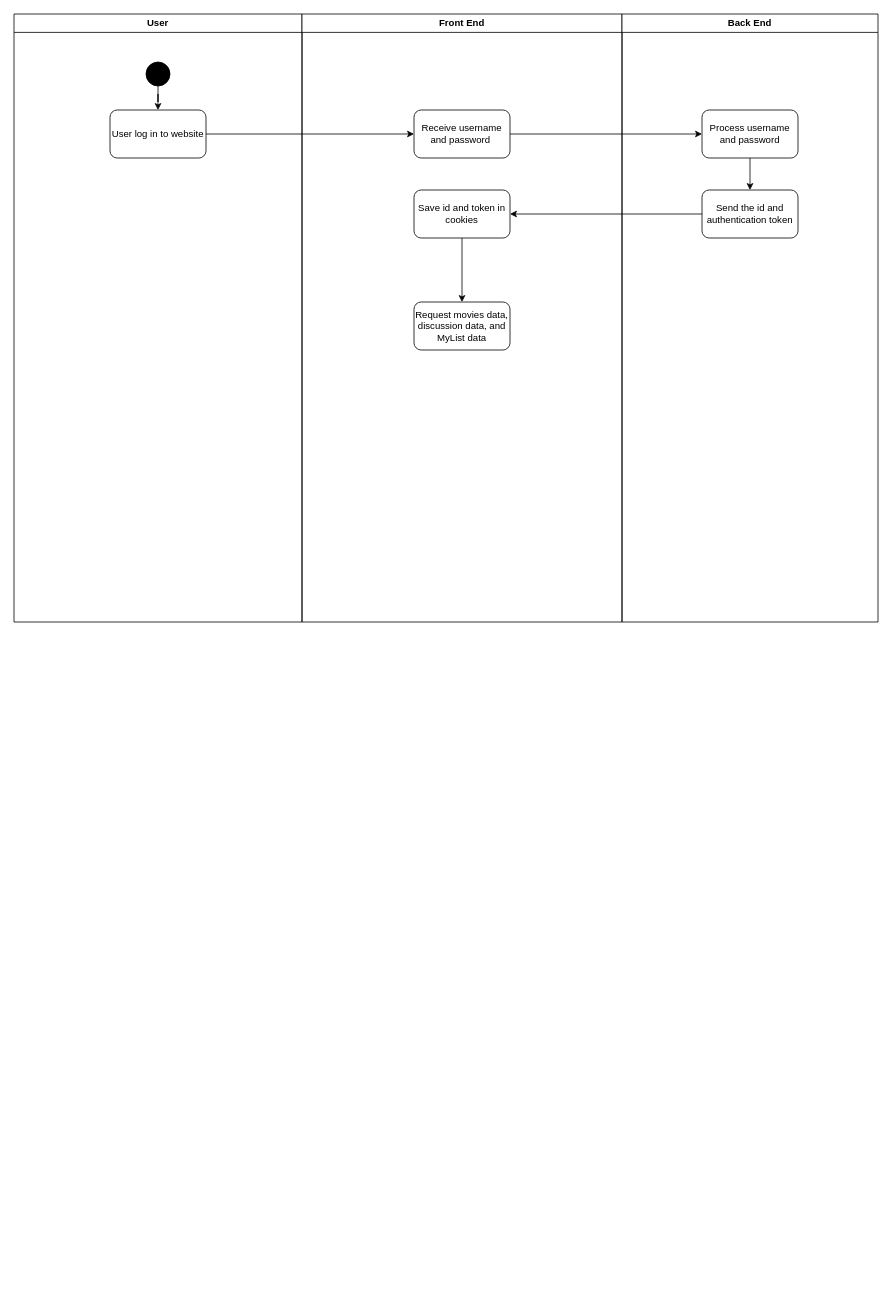
Before: ActivityDiagram .drawio in randyisalive/MovieList-FinalProject, a draw.io diagram. Source tidied: cells renumbered, new cells numbered last; positions are measured from the earlier drawing's top-left corner, leaving out a move shared by most shapes. Both pictures are drawn from the tidied source at 80%, with x=0, y=0 at pixel (14, 14).
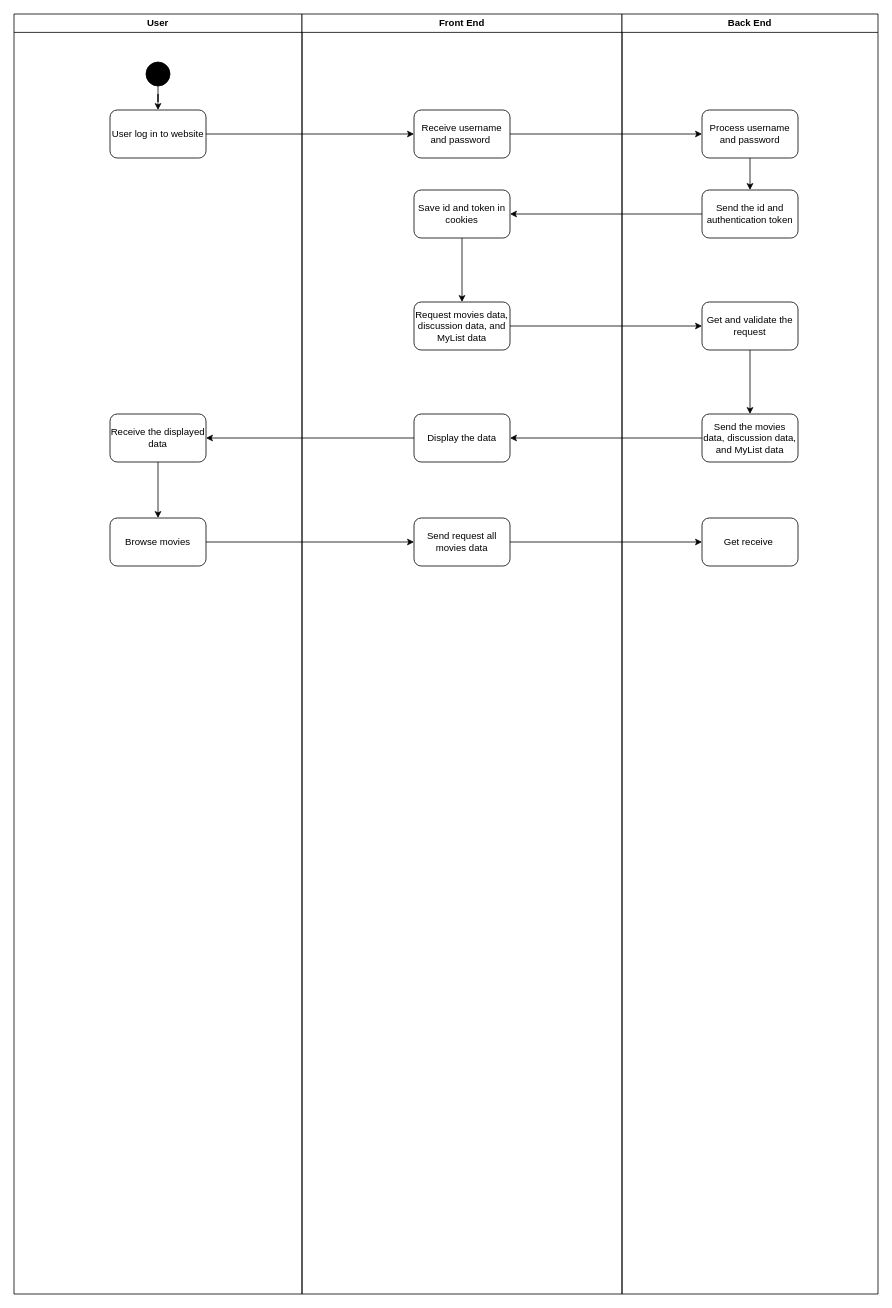
The same diagram, later.

The change refers to these unchanged cells:
```xml
<mxCell id="10" value="Request movies data, discussion data, and MyList data" style="whiteSpace=wrap;html=1;rounded=1;" parent="6" vertex="1">
  <mxGeometry x="140" y="360" width="120" height="60" as="geometry" />
</mxCell>
```

Diff of the diagram source:
```diff
@@
     <mxCell id="2" value="User" style="swimlane;whiteSpace=wrap;html=1;" parent="1" vertex="1">
-      <mxGeometry width="360" height="760" as="geometry" />
+      <mxGeometry width="360" height="1600" as="geometry" />
     </mxCell>
@@
+    <mxCell id="18" style="edgeStyle=orthogonalEdgeStyle;rounded=0;jettySize=auto;html=1;" parent="2" edge="1" source="19" target="20">
+      <mxGeometry relative="1" as="geometry" />
+    </mxCell>
+    <mxCell id="19" value="Receive the displayed data" style="rounded=1;whiteSpace=wrap;html=1;" parent="2" vertex="1">
+      <mxGeometry x="120" y="500" width="120" height="60" as="geometry" />
+    </mxCell>
+    <mxCell id="20" value="Browse movies" style="rounded=1;whiteSpace=wrap;html=1;" parent="2" vertex="1">
+      <mxGeometry x="120" y="630" width="120" height="60" as="geometry" />
+    </mxCell>
     <mxCell id="6" value="Front End" style="swimlane;whiteSpace=wrap;html=1;" parent="1" vertex="1">
-      <mxGeometry x="360" width="400" height="760" as="geometry" />
+      <mxGeometry x="360" width="400" height="1600" as="geometry" />
     </mxCell>
@@
+    <mxCell id="21" value="Display the data" style="rounded=1;whiteSpace=wrap;html=1;" parent="6" vertex="1">
+      <mxGeometry x="140" y="500" width="120" height="60" as="geometry" />
+    </mxCell>
+    <mxCell id="22" value="Send request all movies data" style="rounded=1;whiteSpace=wrap;html=1;" parent="6" vertex="1">
+      <mxGeometry x="140" y="630" width="120" height="60" as="geometry" />
+    </mxCell>
     <mxCell id="11" value="Back End" style="swimlane;whiteSpace=wrap;html=1;" parent="1" vertex="1">
-      <mxGeometry x="760" width="320" height="760" as="geometry" />
+      <mxGeometry x="760" width="320" height="1600" as="geometry" />
     </mxCell>
@@
+    <mxCell id="23" style="edgeStyle=orthogonalEdgeStyle;rounded=0;jettySize=auto;html=1;" parent="11" edge="1" source="24" target="25">
+      <mxGeometry relative="1" as="geometry" />
+    </mxCell>
+    <mxCell id="24" value="Get and validate the request" style="rounded=1;whiteSpace=wrap;html=1;" parent="11" vertex="1">
+      <mxGeometry x="100" y="360" width="120" height="60" as="geometry" />
+    </mxCell>
+    <mxCell id="25" value="Send the movies data, discussion data, and MyList data" style="rounded=1;whiteSpace=wrap;html=1;" parent="11" vertex="1">
+      <mxGeometry x="100" y="500" width="120" height="60" as="geometry" />
+    </mxCell>
+    <mxCell id="26" value="Get receive&amp;nbsp;" style="rounded=1;whiteSpace=wrap;html=1;" parent="11" vertex="1">
+      <mxGeometry x="100" y="630" width="120" height="60" as="geometry" />
+    </mxCell>
@@
+    <mxCell id="27" style="endArrow=classic;html=1;rounded=0;entryX=0;entryY=0.5;entryDx=0;entryDy=0;exitX=1;exitY=0.5;exitDx=0;exitDy=0;" parent="1" edge="1" source="10" target="24">
+      <mxGeometry relative="1" as="geometry" />
+    </mxCell>
+    <mxCell id="28" style="endArrow=classic;html=1;rounded=0;entryX=1;entryY=0.5;entryDx=0;entryDy=0;" parent="1" edge="1" source="25" target="21">
+      <mxGeometry relative="1" as="geometry" />
+    </mxCell>
+    <mxCell id="29" style="endArrow=classic;html=1;rounded=0;entryX=1;entryY=0.5;entryDx=0;entryDy=0;exitX=0;exitY=0.5;exitDx=0;exitDy=0;" parent="1" edge="1" source="21" target="19">
+      <mxGeometry relative="1" as="geometry" />
+    </mxCell>
+    <mxCell id="30" style="edgeStyle=orthogonalEdgeStyle;rounded=0;jettySize=auto;html=1;entryX=0;entryY=0.5;entryDx=0;entryDy=0;" parent="1" edge="1" source="20" target="22">
+      <mxGeometry relative="1" as="geometry" />
+    </mxCell>
+    <mxCell id="31" style="edgeStyle=orthogonalEdgeStyle;rounded=0;jettySize=auto;html=1;entryX=0;entryY=0.5;entryDx=0;entryDy=0;" parent="1" edge="1" source="22" target="26">
+      <mxGeometry relative="1" as="geometry" />
+    </mxCell>
```
